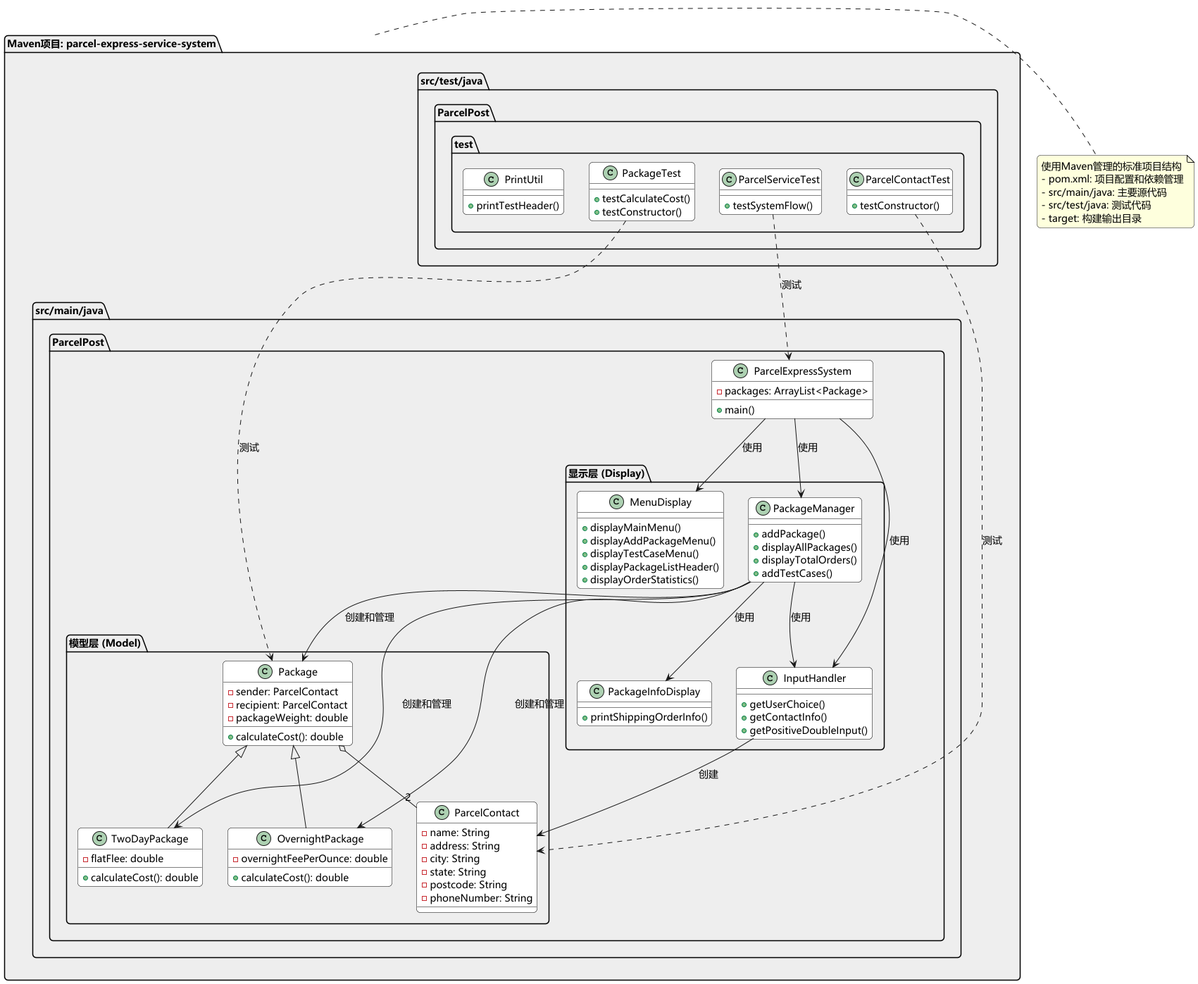
The PlantUML diagram docs/diagrams/out/system_architecture.png in UE-DND/Parcel_Express_Service_System, before a commit.
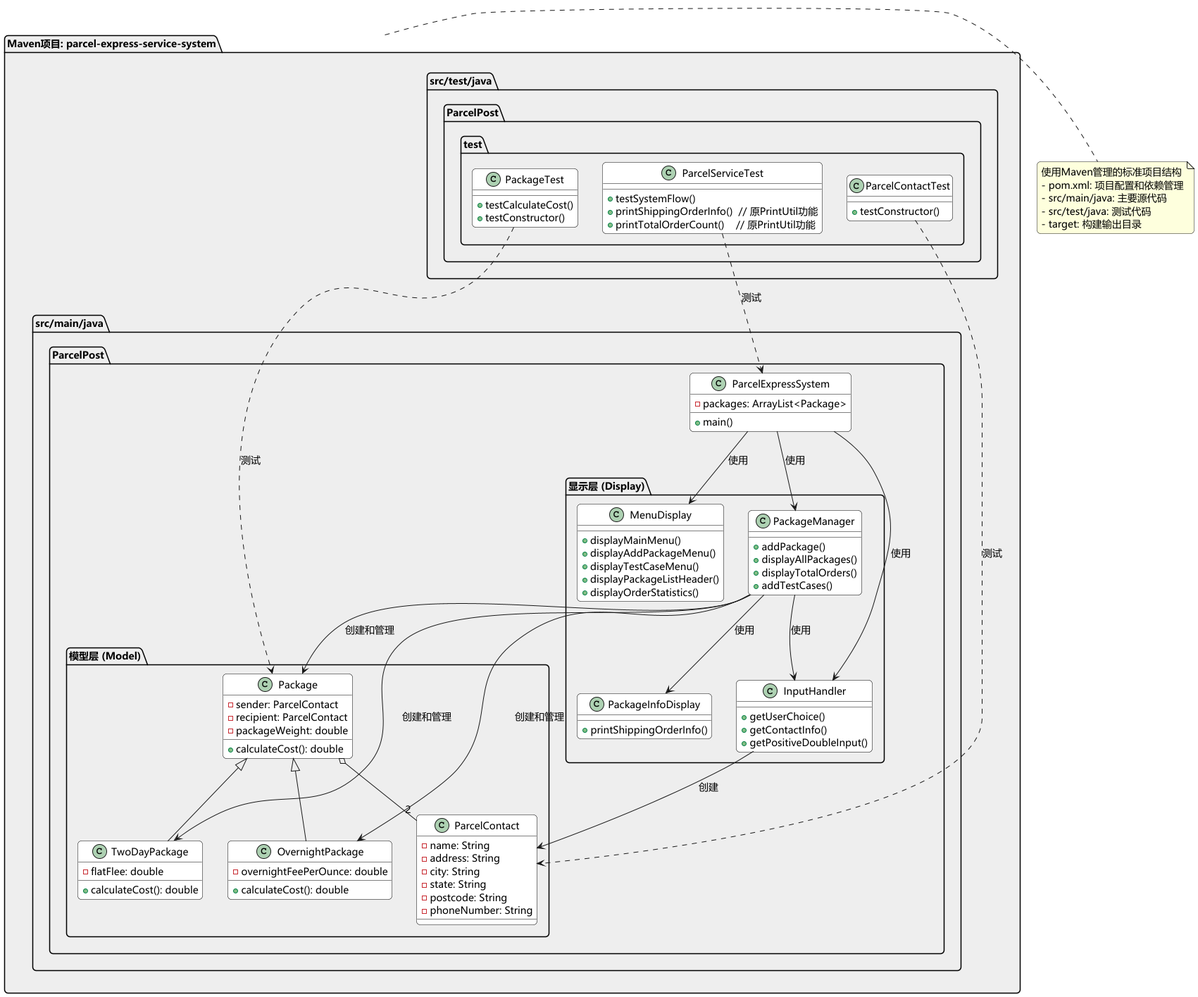
After the change.

What changed in the source:
```diff
@@ -103,10 +103,8 @@
 
       class ParcelServiceTest {
         + testSystemFlow()
-      }
-
-      class PrintUtil {
-        + printTestHeader()
+        + printShippingOrderInfo()  // 原PrintUtil功能
+        + printTotalOrderCount()    // 原PrintUtil功能
       }
     }
   }
```
